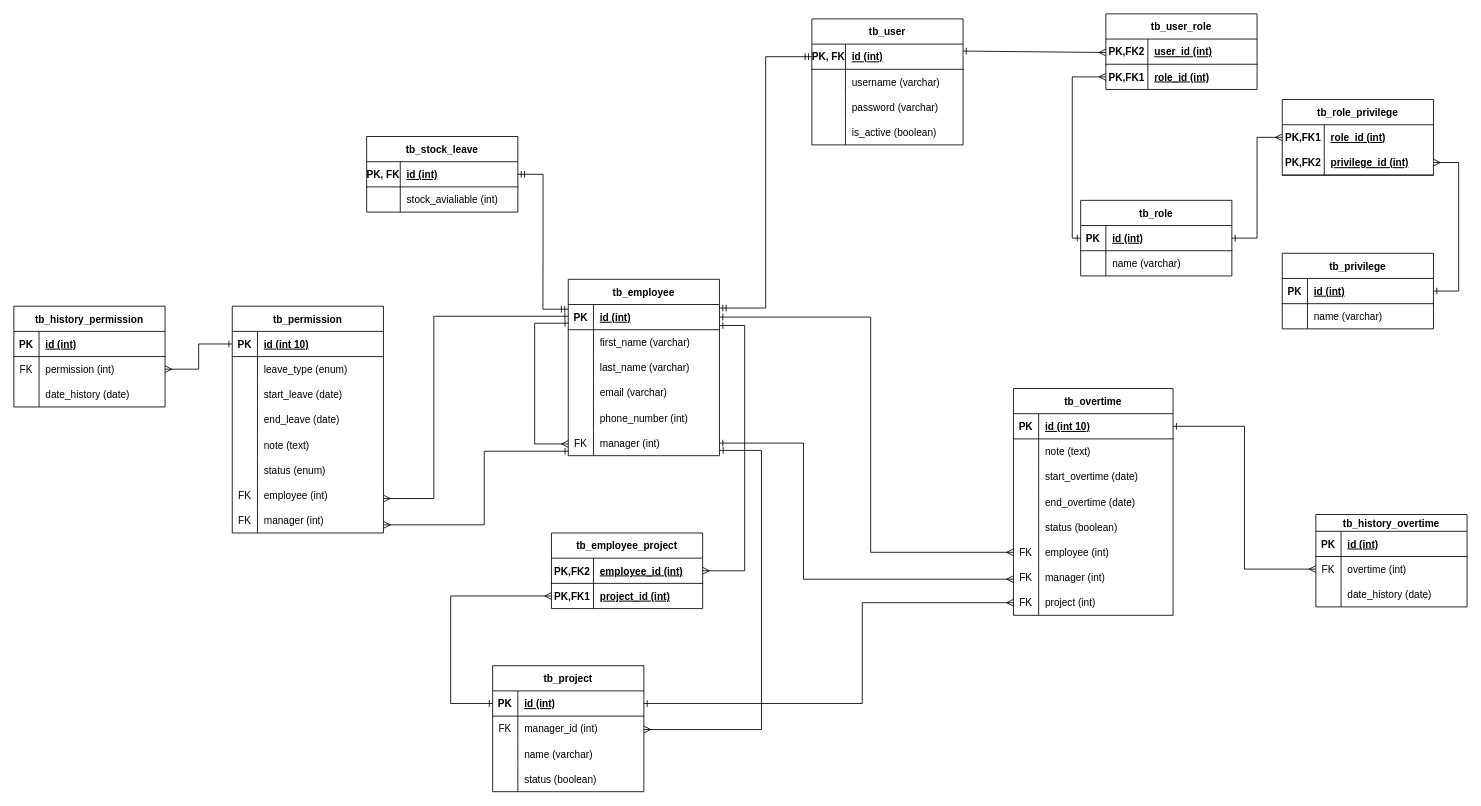
Earlier version of the draw.io diagram Final.drawio (zarmintaa/Skripsi). Source tidied: cells renumbered, new cells numbered last; positions are measured from the earlier drawing's top-left corner, leaving out a move shared by most shapes. Both pictures are drawn from the tidied source at 84%, with x=0, y=0 at pixel (13, 13).
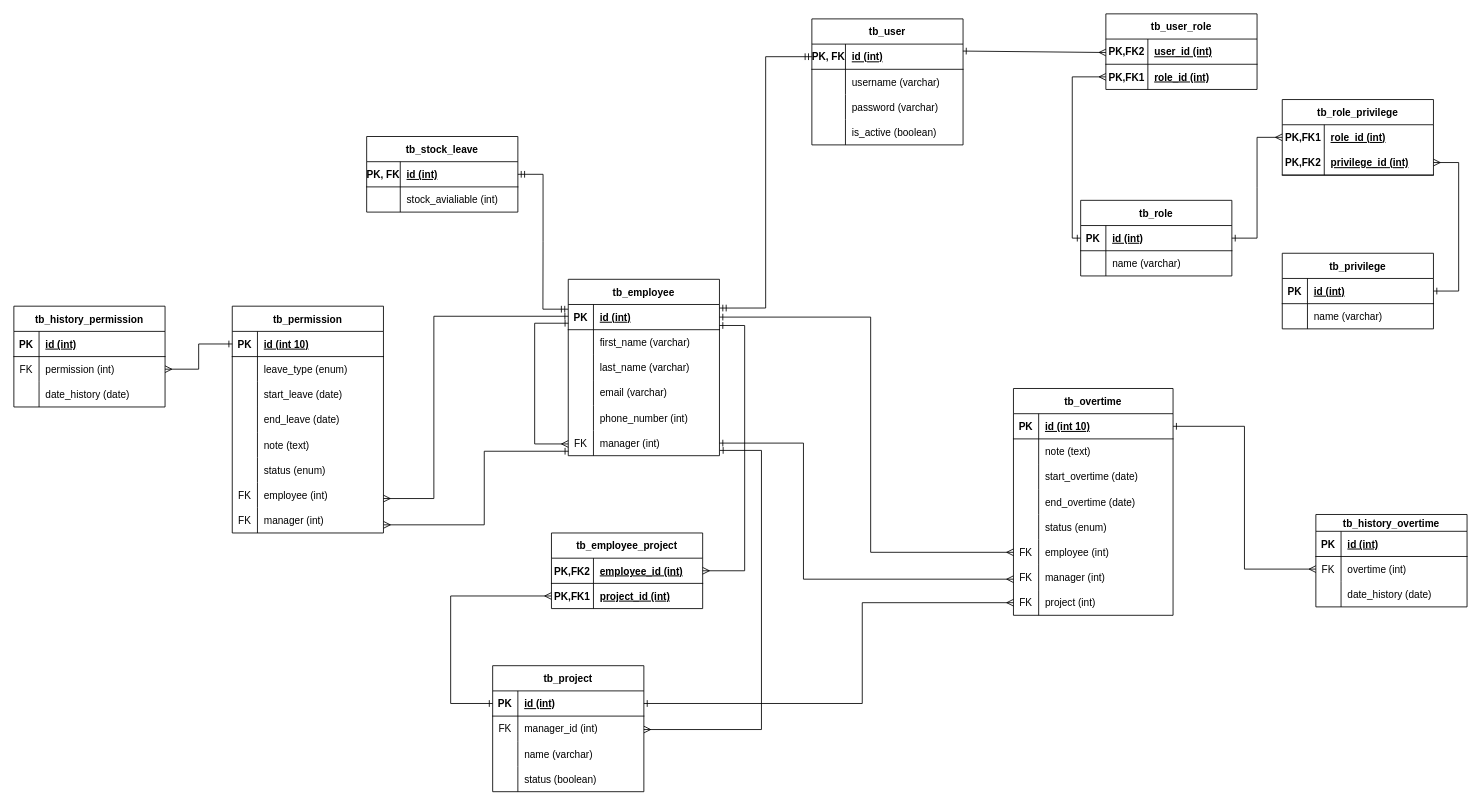
After the change.

Unchanged cells that the change refers to:
```xml
<mxCell id="129" style="shape=tableRow;horizontal=0;startSize=0;swimlaneHead=0;swimlaneBody=0;fillColor=none;top=0;left=0;right=0;bottom=0;" parent="116" vertex="1">
  <mxGeometry y="150" width="190" height="30" as="geometry" />
</mxCell>
```

Diff of the diagram source:
```diff
@@
-    <mxCell id="131" value="status (boolean)" style="shape=partialRectangle;fillColor=none;top=0;left=0;bottom=0;right=0;align=left;spacingLeft=6;overflow=hidden;" parent="129" vertex="1">
+    <mxCell id="131" value="status (enum)" style="shape=partialRectangle;fillColor=none;top=0;left=0;bottom=0;right=0;align=left;spacingLeft=6;overflow=hidden;" parent="129" vertex="1">
       <mxGeometry x="30" width="160" height="30" as="geometry" />
     </mxCell>
```
